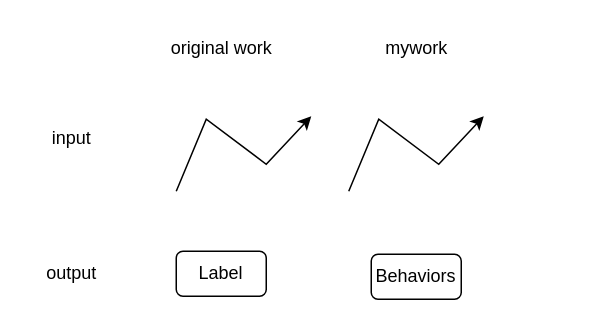
Earlier version of the draw.io diagram output.drawio (roleecorn/drawio). Source tidied: cells renumbered, new cells numbered last; positions are measured from the earlier drawing's top-left corner, leaving out a move shared by most shapes. Both pictures are drawn from the tidied source at 150%, with x=0, y=0 at pixel (26, 26).
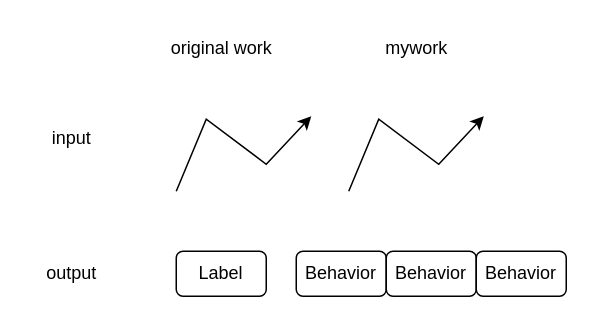
The same diagram, later.

Diff of the diagram source:
```diff
@@
 <mxGraphModel>
   <root>
     <mxCell id="0" />
     <mxCell id="1" parent="0" />
     <mxCell id="2" value="input" style="text;html=1;align=center;verticalAlign=middle;strokeColor=none;fillColor=none;" parent="1" vertex="1">
       <mxGeometry x="5" y="60" width="50" height="30" as="geometry" />
     </mxCell>
     <mxCell id="3" value="output" style="text;html=1;align=center;verticalAlign=middle;strokeColor=none;fillColor=none;" parent="1" vertex="1">
       <mxGeometry y="150" width="60" height="30" as="geometry" />
     </mxCell>
     <mxCell id="4" value="original work" style="text;html=1;align=center;verticalAlign=middle;strokeColor=none;fillColor=none;" parent="1" vertex="1">
       <mxGeometry x="85" width="90" height="30" as="geometry" />
     </mxCell>
     <mxCell id="5" value="mywork" style="text;html=1;align=center;verticalAlign=middle;strokeColor=none;fillColor=none;" parent="1" vertex="1">
       <mxGeometry x="230" width="60" height="30" as="geometry" />
     </mxCell>
     <mxCell id="6" style="endArrow=classic;html=1;rounded=0;" parent="1" edge="1">
       <mxGeometry relative="1" as="geometry">
         <mxPoint x="215" y="110" as="sourcePoint" />
         <mxPoint x="305" y="60" as="targetPoint" />
         <Array as="points">
           <mxPoint x="235" y="62" />
           <mxPoint x="275" y="92" />
         </Array>
       </mxGeometry>
     </mxCell>
     <mxCell id="7" value="Label" style="rounded=1;whiteSpace=wrap;html=1;" parent="1" vertex="1">
       <mxGeometry x="100" y="150" width="60" height="30" as="geometry" />
     </mxCell>
-    <mxCell id="8" value="Behaviors" style="rounded=1;whiteSpace=wrap;html=1;" parent="1" vertex="1">
-      <mxGeometry x="230" y="152" width="60" height="30" as="geometry" />
+    <mxCell id="8" value="Behavior" style="rounded=1;whiteSpace=wrap;html=1;" parent="1" vertex="1">
+      <mxGeometry x="180" y="150" width="60" height="30" as="geometry" />
     </mxCell>
     <mxCell id="9" style="endArrow=classic;html=1;rounded=0;" parent="1" edge="1">
       <mxGeometry relative="1" as="geometry">
         <mxPoint x="100" y="110" as="sourcePoint" />
         <mxPoint x="190" y="60" as="targetPoint" />
         <Array as="points">
           <mxPoint x="120" y="62" />
           <mxPoint x="160" y="92" />
         </Array>
       </mxGeometry>
     </mxCell>
+    <mxCell id="10" value="Behavior" style="rounded=1;whiteSpace=wrap;html=1;" parent="1" vertex="1">
+      <mxGeometry x="240" y="150" width="60" height="30" as="geometry" />
+    </mxCell>
+    <mxCell id="11" value="Behavior" style="rounded=1;whiteSpace=wrap;html=1;" parent="1" vertex="1">
+      <mxGeometry x="300" y="150" width="60" height="30" as="geometry" />
+    </mxCell>
   </root>
 </mxGraphModel>
```
